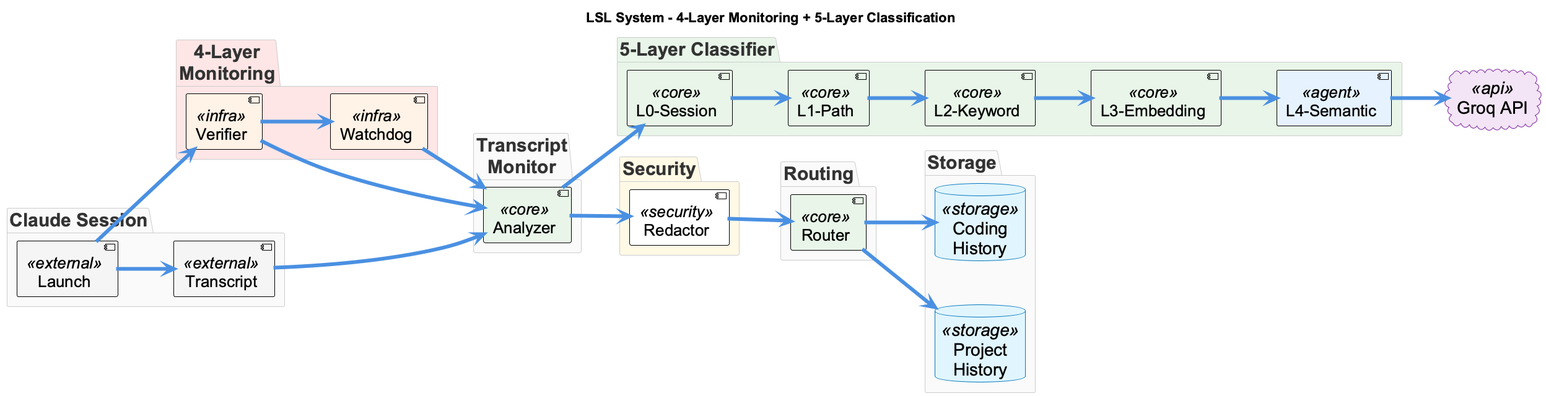
davidraehles/agentic-coding-framework keeps this PlantUML diagram as docs/presentation/images/lsl-architecture.png. Above is the earlier version. The source it was exported from:
```plantuml
@startuml lsl-architecture
!include _standard-style.puml

title LSL System - 4-Layer Monitoring + 5-Layer Classification

left to right direction

skinparam defaultFontSize 28
skinparam packageFontSize 30
skinparam componentFontSize 26
skinparam arrowThickness 6
skinparam nodesep 70
skinparam ranksep 90

package "Claude Session" {
  [Launch] as Launch <<external>>
  [Transcript] as Transcript <<external>>
}

package "4-Layer\nMonitoring" #FFE6E6 {
  [Watchdog] as Watchdog <<infra>>
  [Verifier] as Verifier <<infra>>
}

package "Transcript\nMonitor" {
  [Analyzer] as Analyzer <<core>>
}

package "5-Layer Classifier" #E8F5E8 {
  [L0-Session] as L0 <<core>>
  [L1-Path] as L1 <<core>>
  [L2-Keyword] as L2 <<core>>
  [L3-Embedding] as L3 <<core>>
  [L4-Semantic] as L4 <<agent>>
}

package "Security" #FFF9E6 {
  [Redactor] as Redactor <<security>>
}

package "Routing" {
  [Router] as Router <<core>>
}

package "Storage" {
  database "Project\nHistory" as ProjectHistory <<storage>>
  database "Coding\nHistory" as CodingHistory <<storage>>
}

cloud "Groq API" as GroqAPI <<api>>

Launch --> Verifier
Verifier --> Watchdog
Verifier --> Analyzer

Launch --> Transcript
Transcript --> Analyzer

Analyzer --> L0
L0 --> L1
L1 --> L2
L2 --> L3
L3 --> L4

L4 --> GroqAPI

Analyzer --> Redactor
Redactor --> Router
Router --> ProjectHistory
Router --> CodingHistory

Watchdog --> Analyzer

@enduml
```
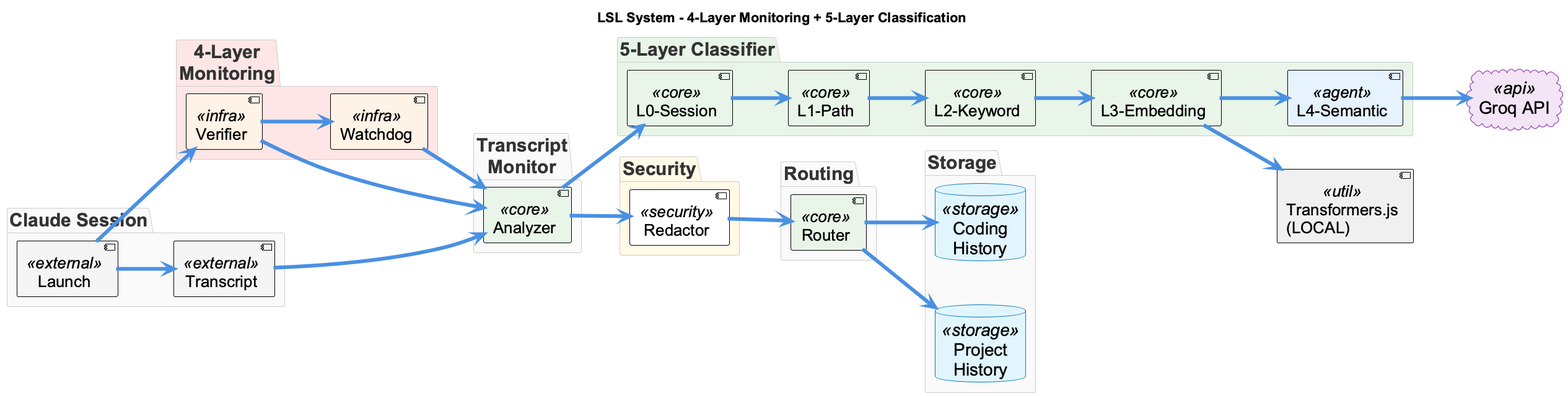
The same diagram one commit later.

Commit message:
fix: clarify L3 uses local Transformers.js, not external API

The edit, as a diff of the source:
```diff
@@ -48,6 +48,7 @@
 }
 
 cloud "Groq API" as GroqAPI <<api>>
+component "Transformers.js\n(LOCAL)" as TransformersJS <<util>>
 
 Launch --> Verifier
 Verifier --> Watchdog
@@ -60,6 +61,7 @@
 L0 --> L1
 L1 --> L2
 L2 --> L3
+L3 --> TransformersJS
 L3 --> L4
 
 L4 --> GroqAPI
```
